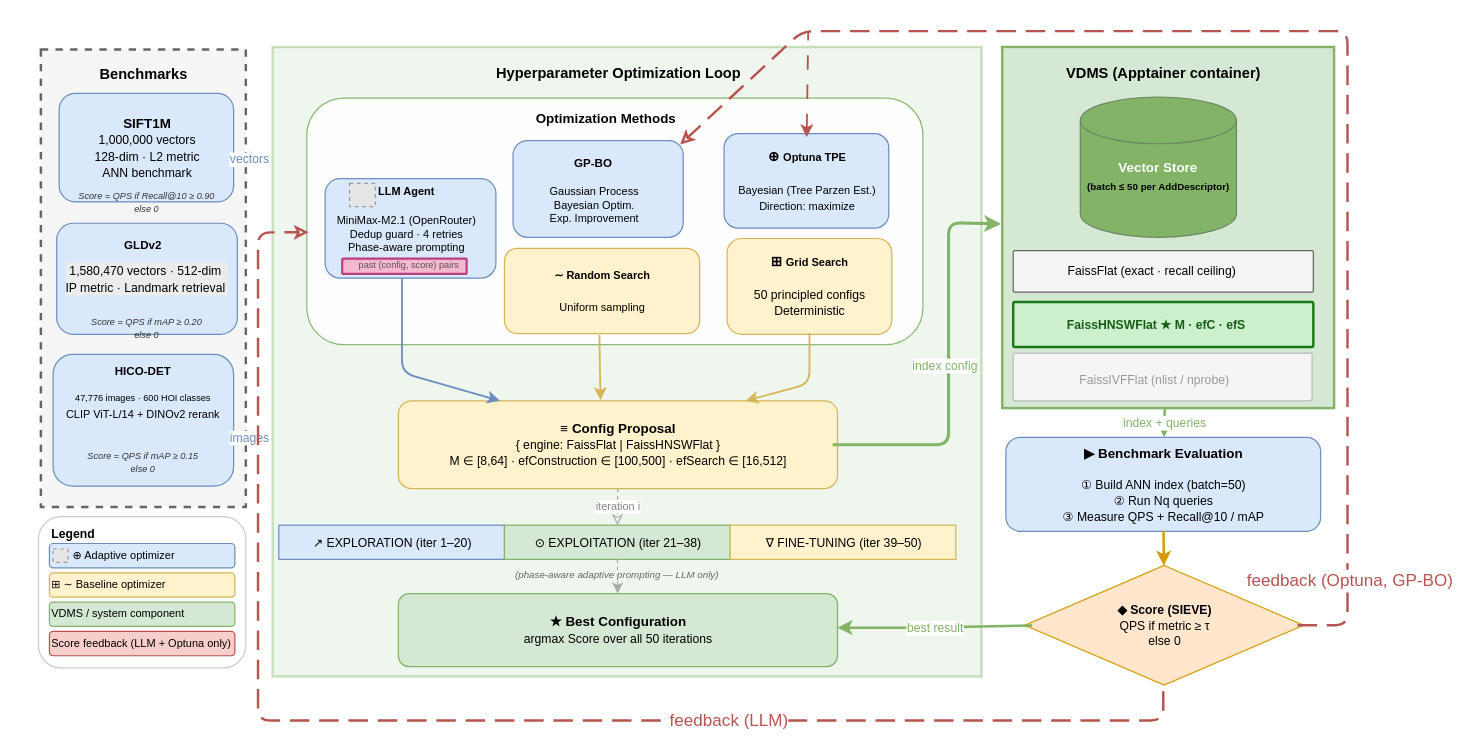
Before: figures/workflow_figure2.drawio in shahrzadesmat/Agentic_VDMS, a draw.io diagram. Source tidied: cells renumbered, new cells numbered last; positions are measured from the earlier drawing's top-left corner, leaving out a move shared by most shapes. Both pictures are drawn from the tidied source at 122%, with x=0, y=0 at pixel (21, 30). Pictures stored in the file or linked from it are replaced by grey dashed boxes.
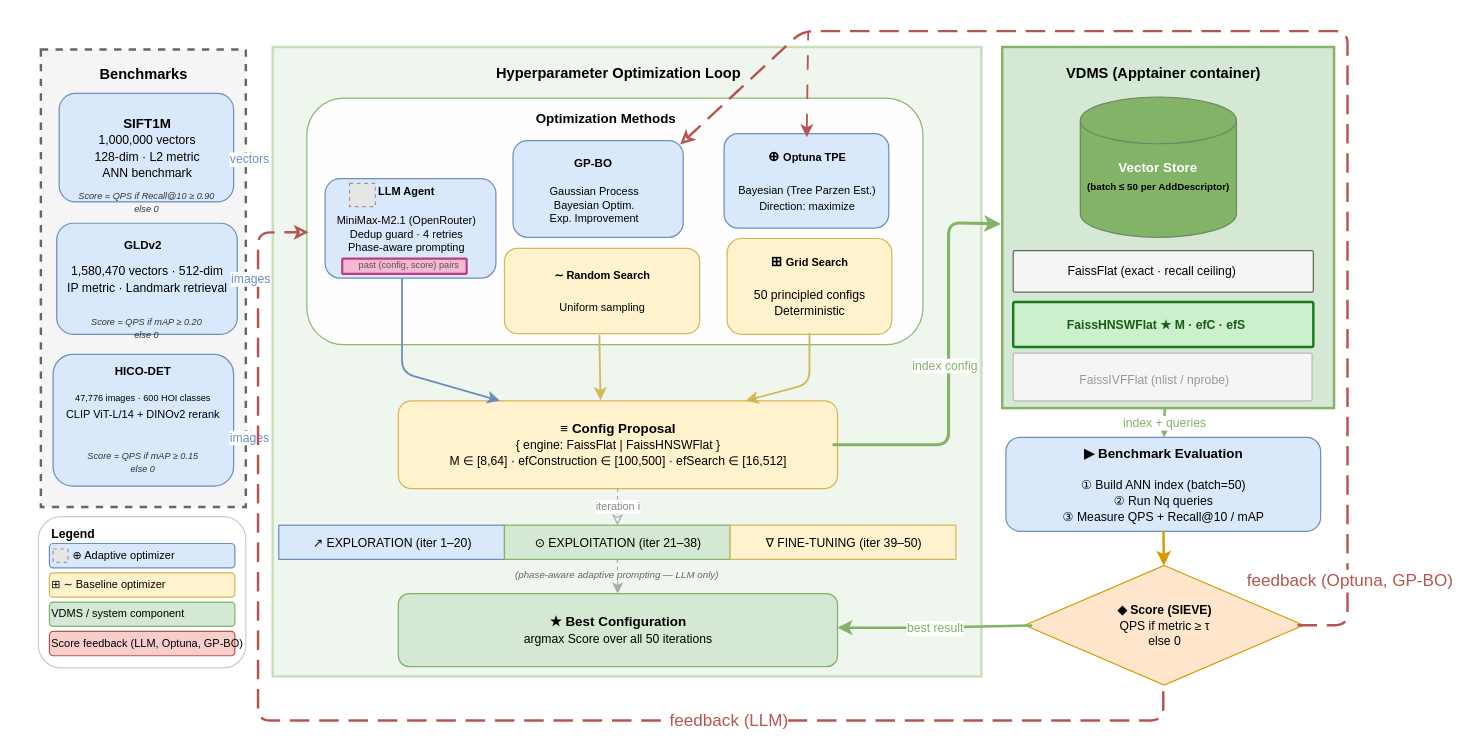
The same diagram, later.

Commit message:
Fix GLDv2 box white text, legend, and missing data arrow

- Strip browser-copied inline CSS (background-color causing white text) from GLDv2 box
- Fix legend: "LLM + Optuna only" → "LLM, Optuna, GP-BO" (feedback covers all three)
- Add missing data-flow arrow from GLDv2 box to optimization loop (matching SIFT1M/HICO-DET pattern)

Diff of the diagram source:
```diff
@@
-    <mxCell id="42" value="Score feedback (LLM + Optuna only)" style="rounded=1;html=1;fillColor=#f8cecc;strokeColor=#b85450;fontSize=9;align=left;" parent="1" vertex="1">
+    <mxCell id="42" value="Score feedback (LLM, Optuna, GP-BO)" style="rounded=1;html=1;fillColor=#f8cecc;strokeColor=#b85450;fontSize=9;align=left;" parent="1" vertex="1">
       <mxGeometry x="23" y="492" width="152" height="20" as="geometry" />
     </mxCell>
@@
-    <mxCell id="59" value="&lt;div style=&quot;forced-color-adjust: none; color: rgb(0, 0, 0); font-family: Helvetica; font-size: 11px; font-style: normal; font-variant-ligatures: normal; font-variant-caps: normal; font-weight: 400; letter-spacing: normal; orphans: 2; text-align: center; text-indent: 0px; text-transform: none; widows: 2; word-spacing: 0px; -webkit-text-stroke-width: 0px; white-space: nowrap; background-color: rgb(236, 236, 236); text-decoration-thickness: initial; text-decoration-style: initial; text-decoration-color: initial;&quot;&gt;&lt;font style=&quot;forced-color-adjust: none; font-size: 10px;&quot;&gt;1,580,470 vectors ·&amp;nbsp;512-dim&amp;nbsp;&lt;/font&gt;&lt;/div&gt;&lt;div style=&quot;forced-color-adjust: none; color: rgb(0, 0, 0); font-family: Helvetica; font-size: 11px; font-style: normal; font-variant-ligatures: normal; font-variant-caps: normal; font-weight: 400; letter-spacing: normal; orphans: 2; text-align: center; text-indent: 0px; text-transform: none; widows: 2; word-spacing: 0px; -webkit-text-stroke-width: 0px; white-space: nowrap; background-color: rgb(236, 236, 236); text-decoration-thickness: initial; text-decoration-style: initial; text-decoration-color: initial;&quot;&gt;&lt;font style=&quot;forced-color-adjust: none; font-size: 10px;&quot;&gt;IP metric ·&amp;nbsp;Landmark retrieval&amp;nbsp;&lt;/font&gt;&lt;/div&gt;" style="rounded=1;html=1;fillColor=#dae8fc;strokeColor=#6c8ebf;fontSize=11;align=center;" parent="1" vertex="1">
+    <mxCell id="59" value="&lt;font style=&quot;font-size:10px;&quot;&gt;1,580,470 vectors · 512-dim&lt;br&gt;IP metric · Landmark retrieval&lt;/font&gt;" style="rounded=1;html=1;fillColor=#dae8fc;strokeColor=#6c8ebf;fontSize=11;align=center;" parent="1" vertex="1">
       <mxGeometry x="29" y="157.5" width="148" height="91" as="geometry" />
     </mxCell>
@@
+    <mxCell id="71" value="images" style="html=1;strokeColor=#6c8ebf;strokeWidth=2;fontSize=10;fontColor=#6c8ebf;exitX=1;exitY=0.5;exitDx=0;exitDy=0;endArrow=block;endFill=1;" parent="1" edge="1" source="59">
+      <mxGeometry relative="1" as="geometry">
+        <mxPoint x="199" y="203" as="targetPoint" />
+      </mxGeometry>
+    </mxCell>
```
